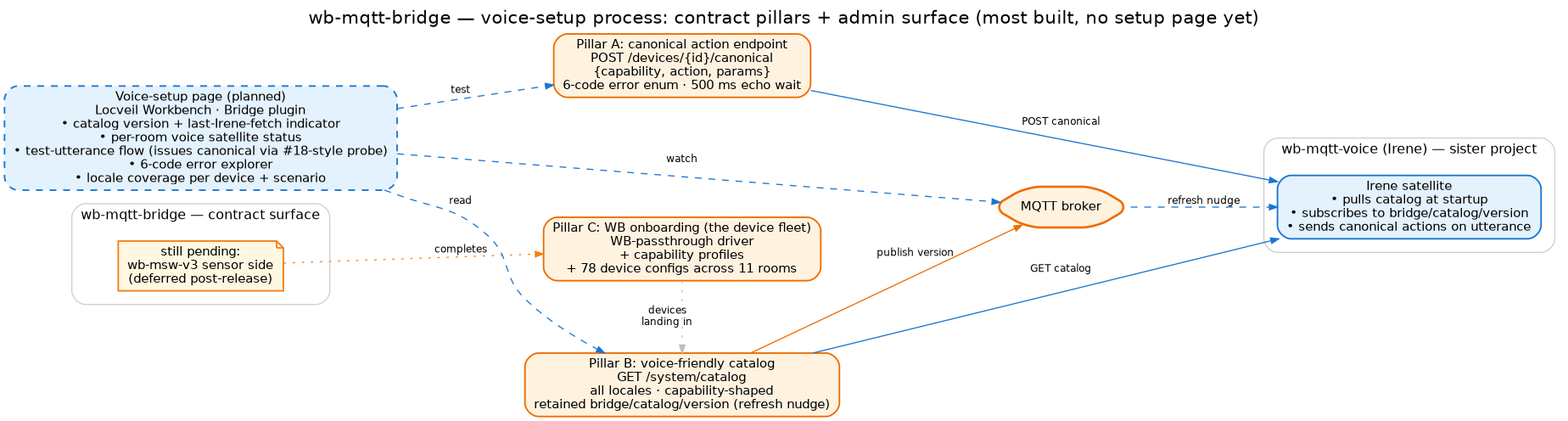
Earlier version of the Graphviz export docs/images/voice-setup.png (droman42/wb-mqtt-bridge). Its source is kept beside it as docs/images/voice-setup.dot.
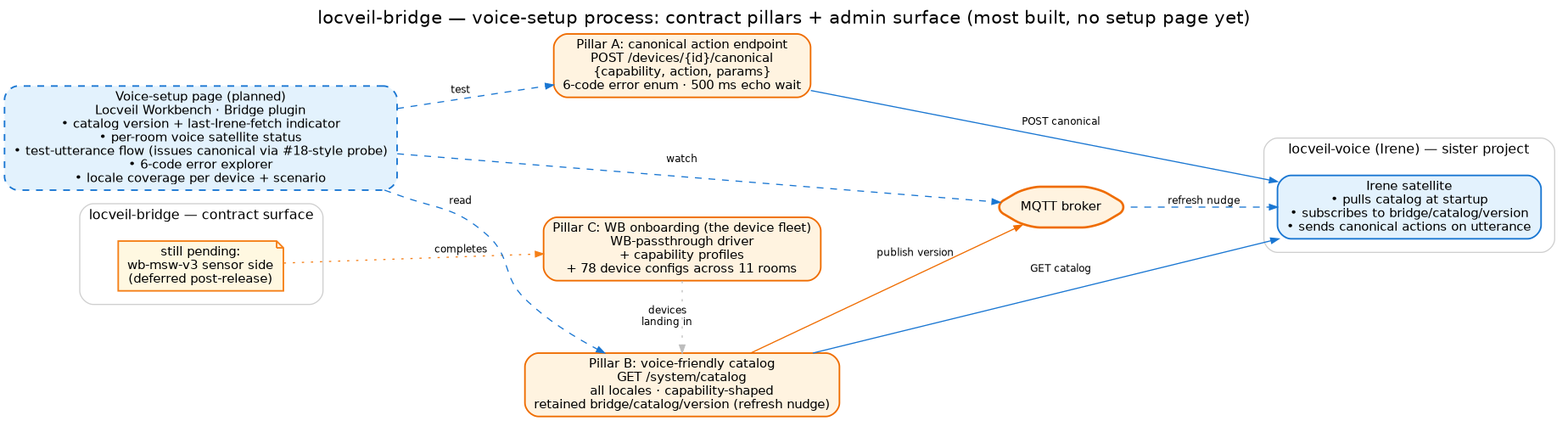
The same file after the commit.

What changed in the source:
```diff
@@ -4,13 +4,13 @@
   splines=spline;
   nodesep=0.45; ranksep=0.9;
   fontname="Helvetica"; labelloc=t; fontsize=16;
-  label="wb-mqtt-bridge — voice-setup process: contract pillars + admin surface (most built, no setup page yet)";
+  label="locveil-bridge — voice-setup process: contract pillars + admin surface (most built, no setup page yet)";
 
   node [fontname="Helvetica", fontsize=11, shape=box, style="filled,rounded", penwidth=1.4];
   edge [fontname="Helvetica", fontsize=9, color="#9e9e9e", arrowsize=0.7];
 
   subgraph cluster_bridge {
-    label="wb-mqtt-bridge — contract surface"; fontsize=12; color="#cfcfcf"; style=rounded; margin=12;
+    label="locveil-bridge — contract surface"; fontsize=12; color="#cfcfcf"; style=rounded; margin=12;
 
     pill_a [label="Pillar A: canonical action endpoint\nPOST /devices/{id}/canonical\n{capability, action, params}\n6-code error enum · 500 ms echo wait",
             fillcolor="#fff3e0", color="#ef6c00"];
@@ -23,7 +23,7 @@
   }
 
   subgraph cluster_irene {
-    label="wb-mqtt-voice (Irene) — sister project"; fontsize=12; color="#cfcfcf"; style=rounded; margin=12;
+    label="locveil-voice (Irene) — sister project"; fontsize=12; color="#cfcfcf"; style=rounded; margin=12;
     irene [label="Irene satellite\n• pulls catalog at startup\n• subscribes to bridge/catalog/version\n• sends canonical actions on utterance",
            fillcolor="#e3f2fd", color="#1976d2"];
   }
```
